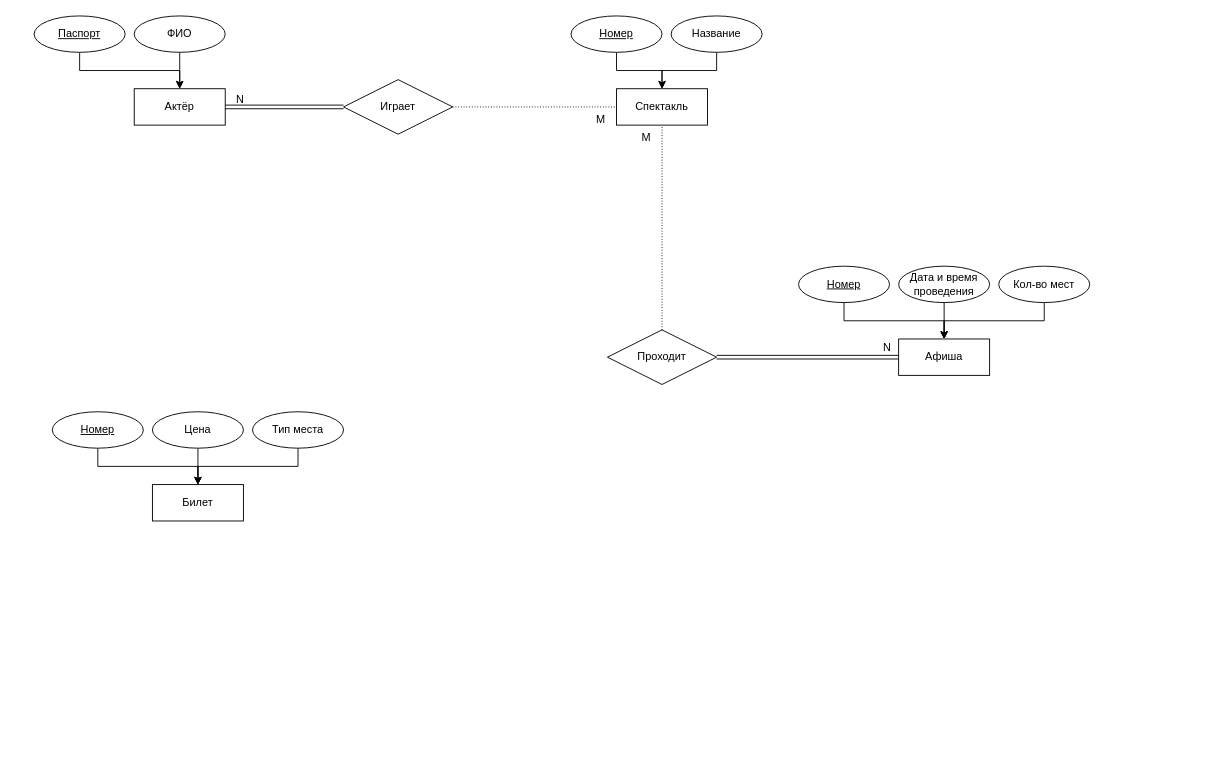
This is Laba1/ER_diagram.drawio from den-a-s/data_based, a draw.io file, before an edit. Source tidied: cells renumbered, new cells numbered last; positions are measured from the earlier drawing's top-left corner, leaving out a move shared by most shapes. Both pictures are drawn from the tidied source at 91%, with x=0, y=0 at pixel (15, 15).
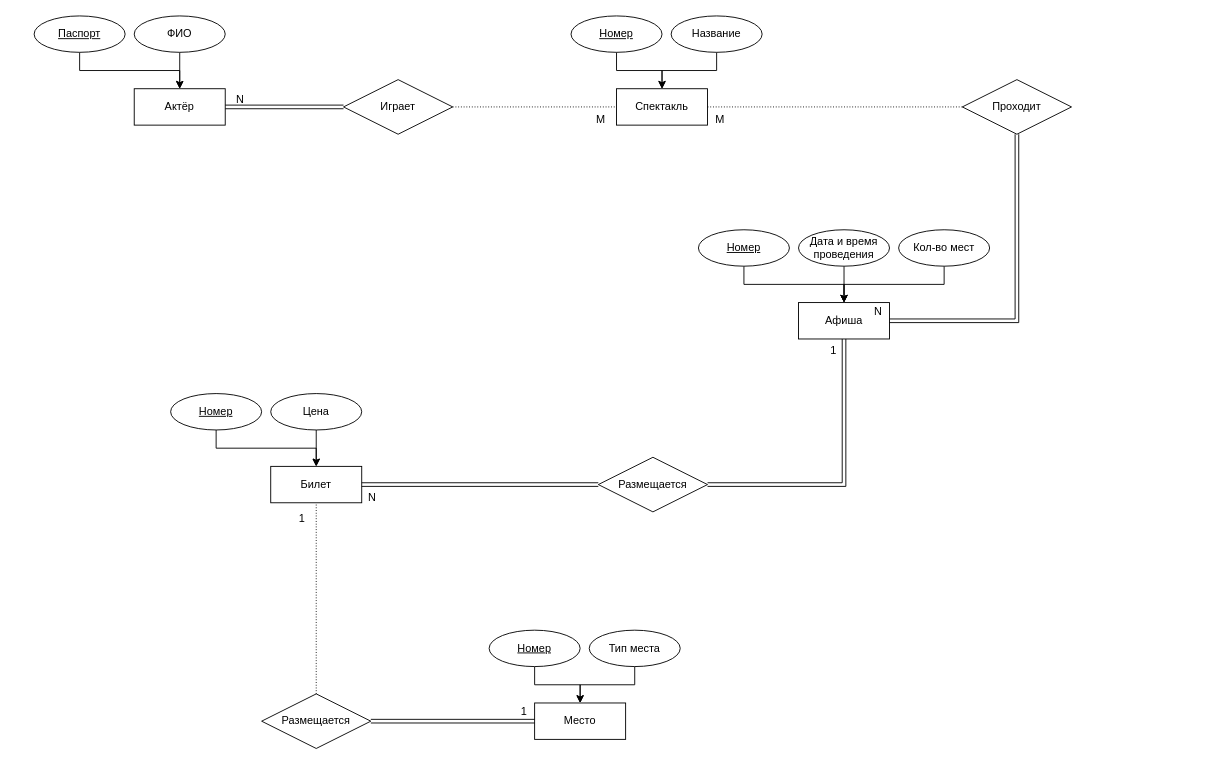
The same page after the edit.

Commit message:
Добавил все связи выделил место в театре.drawio

Unchanged cells that the change refers to:
```xml
<mxCell id="3" value="Спектакль" style="whiteSpace=wrap;html=1;align=center;" parent="2" vertex="1">
  <mxGeometry x="190" y="80" width="100" height="40" as="geometry" />
</mxCell>
<mxCell id="9" value="Билет" style="whiteSpace=wrap;html=1;align=center;" parent="8" vertex="1">
  <mxGeometry x="110" y="80" width="100" height="40" as="geometry" />
</mxCell>
```

Change to the diagram source:
```diff
@@
     <mxCell id="8" style="group;" parent="1" vertex="1">
-      <mxGeometry x="40" y="435" width="440" height="120" as="geometry" />
+      <mxGeometry x="170" y="415" width="440" height="120" as="geometry" />
     </mxCell>
@@
-    <mxCell id="14" style="edgeStyle=orthogonalEdgeStyle;rounded=0;jettySize=auto;html=1;entryX=0.5;entryY=0;entryDx=0;entryDy=0;" parent="8" edge="1" source="15" target="9">
-      <mxGeometry relative="1" as="geometry">
-        <Array as="points">
-          <mxPoint x="270" y="60" />
-          <mxPoint x="160" y="60" />
-        </Array>
-      </mxGeometry>
-    </mxCell>
-    <mxCell id="15" value="Тип места" style="ellipse;whiteSpace=wrap;html=1;align=center;" parent="8" vertex="1">
-      <mxGeometry x="220" width="100" height="40" as="geometry" />
-    </mxCell>
@@
     <mxCell id="22" style="group;" parent="1" vertex="1">
-      <mxGeometry x="860" y="275" width="440" height="120" as="geometry" />
+      <mxGeometry x="750" y="275" width="440" height="120" as="geometry" />
     </mxCell>
     <mxCell id="23" value="Афиша" style="whiteSpace=wrap;html=1;align=center;" parent="22" vertex="1">
-      <mxGeometry x="110" y="80" width="100" height="40" as="geometry" />
+      <mxGeometry x="110" y="40" width="100" height="40" as="geometry" />
     </mxCell>
     <mxCell id="24" style="edgeStyle=orthogonalEdgeStyle;rounded=0;jettySize=auto;html=1;entryX=0.5;entryY=0;entryDx=0;entryDy=0;" parent="22" edge="1" source="25" target="23">
       <mxGeometry relative="1" as="geometry">
         <Array as="points">
-          <mxPoint x="50" y="60" />
-          <mxPoint x="160" y="60" />
+          <mxPoint x="50" y="20" />
+          <mxPoint x="160" y="20" />
         </Array>
       </mxGeometry>
     </mxCell>
     <mxCell id="25" value="&lt;u&gt;Номер&lt;/u&gt;" style="ellipse;whiteSpace=wrap;html=1;align=center;" parent="22" vertex="1">
-      <mxGeometry width="100" height="40" as="geometry" />
+      <mxGeometry y="-40" width="100" height="40" as="geometry" />
     </mxCell>
@@
     <mxCell id="27" value="Дата и время проведения" style="ellipse;whiteSpace=wrap;html=1;align=center;" parent="22" vertex="1">
-      <mxGeometry x="110" width="100" height="40" as="geometry" />
+      <mxGeometry x="110" y="-40" width="100" height="40" as="geometry" />
     </mxCell>
     <mxCell id="28" style="edgeStyle=orthogonalEdgeStyle;rounded=0;jettySize=auto;html=1;entryX=0.5;entryY=0;entryDx=0;entryDy=0;" parent="22" edge="1" source="29" target="23">
       <mxGeometry relative="1" as="geometry">
         <Array as="points">
-          <mxPoint x="270" y="60" />
-          <mxPoint x="160" y="60" />
+          <mxPoint x="270" y="20" />
+          <mxPoint x="160" y="20" />
         </Array>
       </mxGeometry>
     </mxCell>
     <mxCell id="29" value="Кол-во мест" style="ellipse;whiteSpace=wrap;html=1;align=center;" parent="22" vertex="1">
-      <mxGeometry x="220" width="100" height="40" as="geometry" />
+      <mxGeometry x="220" y="-40" width="100" height="40" as="geometry" />
     </mxCell>
@@
     <mxCell id="35" value="Проходит" style="shape=rhombus;perimeter=rhombusPerimeter;whiteSpace=wrap;html=1;align=center;" parent="1" vertex="1">
-      <mxGeometry x="650" y="345" width="120" height="60" as="geometry" />
+      <mxGeometry x="1040" y="70" width="120" height="60" as="geometry" />
     </mxCell>
-    <mxCell id="36" style="endArrow=none;html=1;rounded=0;dashed=1;dashPattern=1 2;exitX=0.5;exitY=0;exitDx=0;exitDy=0;entryX=0.5;entryY=1;entryDx=0;entryDy=0;" parent="1" edge="1" source="35" target="3">
+    <mxCell id="36" style="endArrow=none;html=1;rounded=0;dashed=1;dashPattern=1 2;exitX=0;exitY=0.5;exitDx=0;exitDy=0;entryX=1;entryY=0.5;entryDx=0;entryDy=0;" parent="1" edge="1" source="35" target="3">
       <mxGeometry relative="1" as="geometry" />
     </mxCell>
     <mxCell id="37" value="&lt;div&gt;М&lt;/div&gt;" style="html=1;whiteSpace=wrap;align=right;verticalAlign=bottom;" parent="36" vertex="1">
       <mxGeometry x="1" relative="1" as="geometry">
-        <mxPoint x="-11" y="22" as="offset" />
+        <mxPoint x="20" y="22" as="offset" />
       </mxGeometry>
     </mxCell>
-    <mxCell id="38" style="shape=link;html=1;rounded=0;entryX=0;entryY=0.5;entryDx=0;entryDy=0;exitX=1;exitY=0.5;exitDx=0;exitDy=0;" parent="1" edge="1" source="35" target="23">
-      <mxGeometry relative="1" as="geometry" />
+    <mxCell id="38" style="shape=link;html=1;rounded=0;entryX=1;entryY=0.5;entryDx=0;entryDy=0;exitX=0.5;exitY=1;exitDx=0;exitDy=0;" parent="1" edge="1" source="35" target="23">
+      <mxGeometry relative="1" as="geometry">
+        <Array as="points">
+          <mxPoint x="1100" y="335" />
+        </Array>
+      </mxGeometry>
     </mxCell>
@@
+    <mxCell id="40" style="group;" parent="1" vertex="1">
+      <mxGeometry x="360" y="675" width="440" height="120" as="geometry" />
+    </mxCell>
+    <mxCell id="41" value="Место" style="whiteSpace=wrap;html=1;align=center;" parent="40" vertex="1">
+      <mxGeometry x="210" y="80" width="100" height="40" as="geometry" />
+    </mxCell>
+    <mxCell id="42" style="edgeStyle=orthogonalEdgeStyle;rounded=0;jettySize=auto;html=1;entryX=0.5;entryY=0;entryDx=0;entryDy=0;exitX=0.5;exitY=1;exitDx=0;exitDy=0;" parent="40" edge="1" source="43" target="41">
+      <mxGeometry relative="1" as="geometry">
+        <Array as="points">
+          <mxPoint x="210" y="60" />
+          <mxPoint x="260" y="60" />
+        </Array>
+      </mxGeometry>
+    </mxCell>
+    <mxCell id="43" value="&lt;u&gt;Номер&lt;/u&gt;" style="ellipse;whiteSpace=wrap;html=1;align=center;" parent="40" vertex="1">
+      <mxGeometry x="160" width="100" height="40" as="geometry" />
+    </mxCell>
+    <mxCell id="44" style="edgeStyle=orthogonalEdgeStyle;rounded=0;jettySize=auto;html=1;entryX=0.5;entryY=0;entryDx=0;entryDy=0;" parent="40" edge="1" source="15" target="41">
+      <mxGeometry relative="1" as="geometry">
+        <Array as="points">
+          <mxPoint x="320" y="60" />
+          <mxPoint x="260" y="60" />
+        </Array>
+      </mxGeometry>
+    </mxCell>
+    <mxCell id="15" value="Тип места" style="ellipse;whiteSpace=wrap;html=1;align=center;" parent="40" vertex="1">
+      <mxGeometry x="270" width="100" height="40" as="geometry" />
+    </mxCell>
+    <mxCell id="45" value="Размещается" style="shape=rhombus;perimeter=rhombusPerimeter;whiteSpace=wrap;html=1;align=center;" parent="1" vertex="1">
+      <mxGeometry x="270" y="745" width="120" height="60" as="geometry" />
+    </mxCell>
+    <mxCell id="46" style="endArrow=none;html=1;rounded=0;dashed=1;dashPattern=1 2;exitX=0.5;exitY=0;exitDx=0;exitDy=0;entryX=0.5;entryY=1;entryDx=0;entryDy=0;" parent="1" edge="1" source="45" target="9">
+      <mxGeometry relative="1" as="geometry" />
+    </mxCell>
+    <mxCell id="47" value="1" style="html=1;whiteSpace=wrap;align=right;verticalAlign=bottom;" parent="46" vertex="1">
+      <mxGeometry x="1" relative="1" as="geometry">
+        <mxPoint x="-11" y="26" as="offset" />
+      </mxGeometry>
+    </mxCell>
+    <mxCell id="48" style="shape=link;html=1;rounded=0;entryX=0;entryY=0.5;entryDx=0;entryDy=0;exitX=1;exitY=0.5;exitDx=0;exitDy=0;" parent="1" edge="1" source="45" target="41">
+      <mxGeometry relative="1" as="geometry" />
+    </mxCell>
+    <mxCell id="49" value="1" style="html=1;whiteSpace=wrap;align=right;verticalAlign=bottom;" parent="48" vertex="1">
+      <mxGeometry x="1" relative="1" as="geometry">
+        <mxPoint x="-7" y="-2" as="offset" />
+      </mxGeometry>
+    </mxCell>
+    <mxCell id="50" value="Размещается" style="shape=rhombus;perimeter=rhombusPerimeter;whiteSpace=wrap;html=1;align=center;" parent="1" vertex="1">
+      <mxGeometry x="640" y="485" width="120" height="60" as="geometry" />
+    </mxCell>
+    <mxCell id="51" style="shape=link;html=1;rounded=0;exitX=1;exitY=0.5;exitDx=0;exitDy=0;entryX=0.5;entryY=1;entryDx=0;entryDy=0;" parent="1" edge="1" source="50" target="23">
+      <mxGeometry relative="1" as="geometry">
+        <Array as="points">
+          <mxPoint x="910" y="515" />
+        </Array>
+      </mxGeometry>
+    </mxCell>
+    <mxCell id="52" value="1" style="html=1;whiteSpace=wrap;align=right;verticalAlign=bottom;" parent="51" vertex="1">
+      <mxGeometry x="1" relative="1" as="geometry">
+        <mxPoint x="-7" y="21" as="offset" />
+      </mxGeometry>
+    </mxCell>
+    <mxCell id="53" style="shape=link;html=1;rounded=0;exitX=0;exitY=0.5;exitDx=0;exitDy=0;entryX=1;entryY=0.5;entryDx=0;entryDy=0;" parent="1" edge="1" source="50" target="9">
+      <mxGeometry relative="1" as="geometry" />
+    </mxCell>
+    <mxCell id="54" value="&lt;div&gt;N&lt;/div&gt;" style="html=1;whiteSpace=wrap;align=right;verticalAlign=bottom;" parent="53" vertex="1">
+      <mxGeometry x="1" relative="1" as="geometry">
+        <mxPoint x="17" y="23" as="offset" />
+      </mxGeometry>
+    </mxCell>
```
